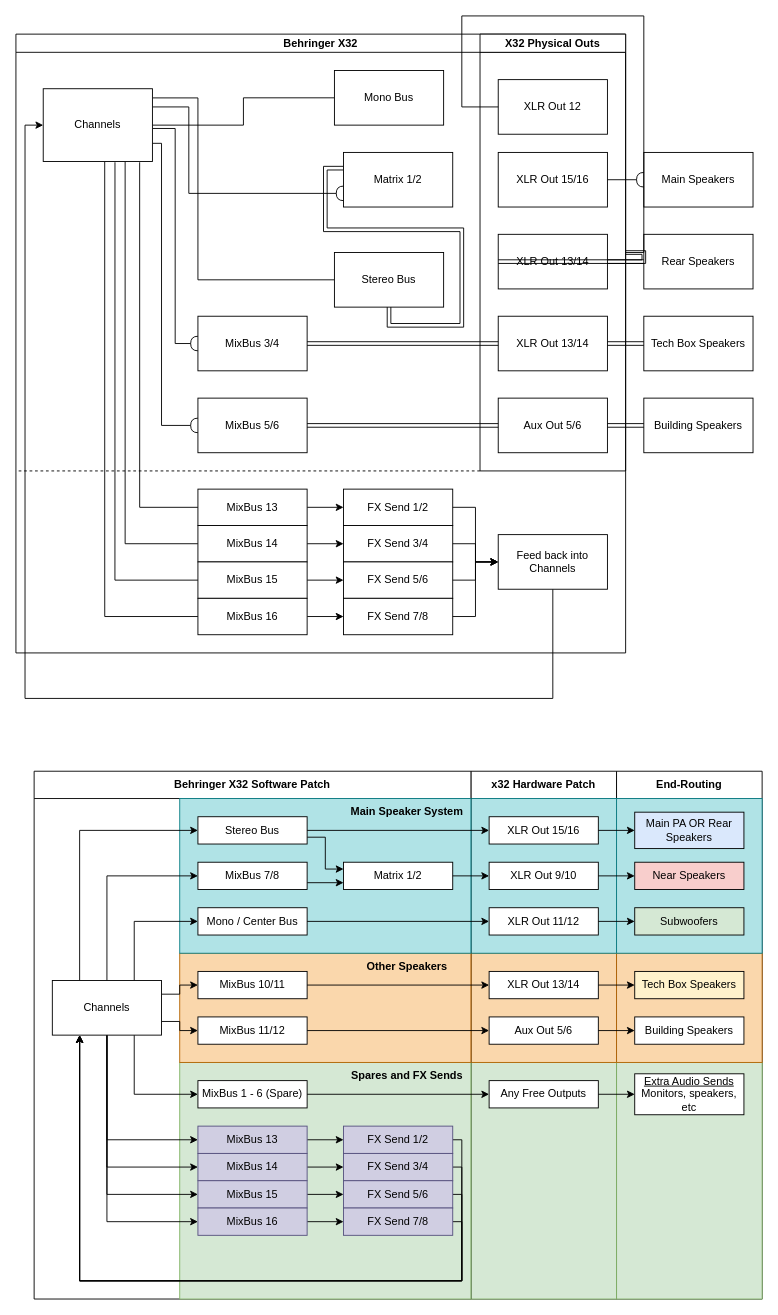
Earlier version of the draw.io diagram page "X32 Setup" (1 of 6) of bedlam.drawio (leon0241/bedlam-audio-route). Source tidied: cells renumbered, new cells numbered last; positions are measured from the earlier drawing's top-left corner, leaving out a move shared by most shapes. Both pictures are drawn from the tidied source at 91%, with x=0, y=0 at pixel (15, 34).
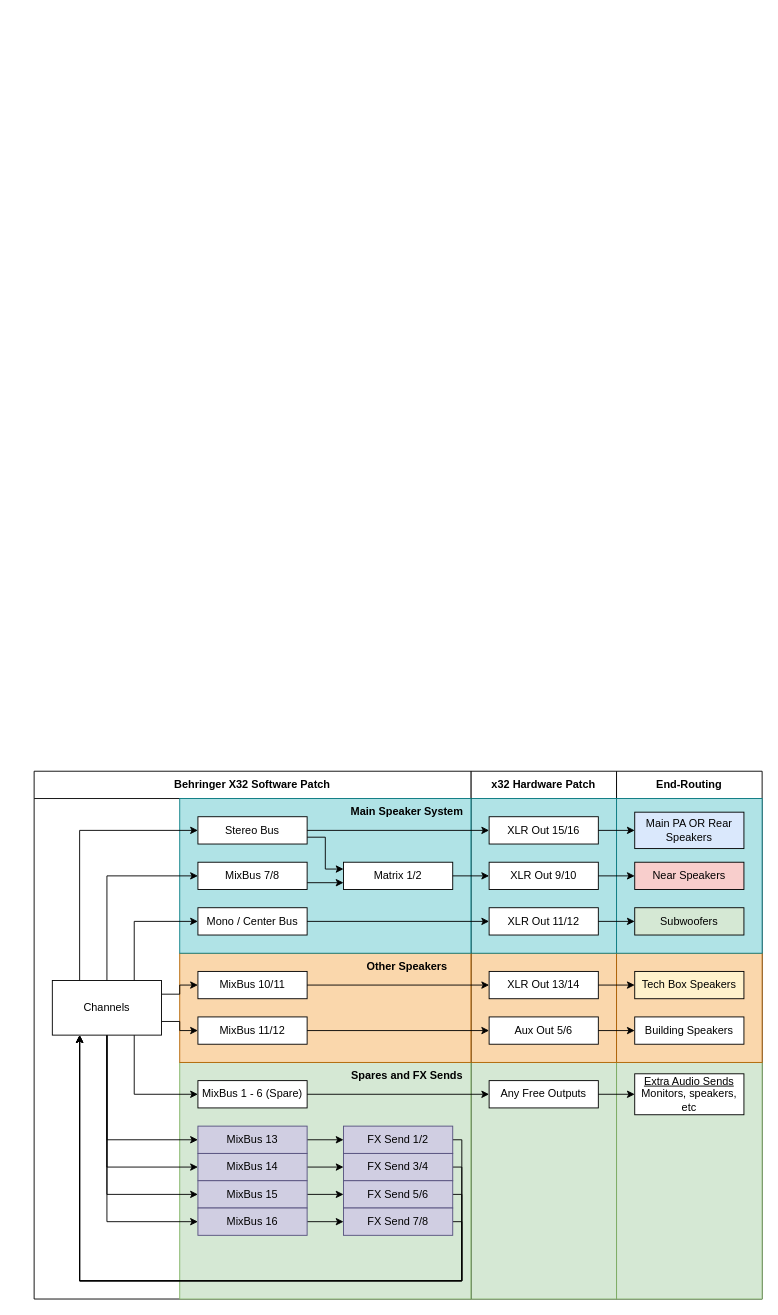
After the change.

The edit, as a diff of the source:
```diff
@@
-    <mxCell id="22" value="Behringer X32" style="swimlane;startSize=20;horizontal=1;containerType=tree;newEdgeStyle={&quot;edgeStyle&quot;:&quot;elbowEdgeStyle&quot;,&quot;startArrow&quot;:&quot;none&quot;,&quot;endArrow&quot;:&quot;none&quot;};" parent="1" vertex="1">
-      <mxGeometry width="670" height="680" as="geometry" />
-    </mxCell>
-    <mxCell id="23" style="edgeStyle=orthogonalEdgeStyle;rounded=0;jettySize=auto;html=1;exitX=1.004;exitY=0.126;exitDx=0;exitDy=0;entryX=0;entryY=0.5;entryDx=0;entryDy=0;exitPerimeter=0;endArrow=none;endFill=0;" parent="22" edge="1" source="32" target="33">
-      <mxGeometry relative="1" as="geometry">
-        <Array as="points">
-          <mxPoint x="200" y="70" />
-        </Array>
-      </mxGeometry>
-    </mxCell>
-    <mxCell id="24" style="edgeStyle=orthogonalEdgeStyle;rounded=0;jettySize=auto;html=1;entryX=0;entryY=0.5;entryDx=0;entryDy=0;endArrow=none;endFill=0;" parent="22" edge="1" source="32" target="35">
-      <mxGeometry relative="1" as="geometry" />
-    </mxCell>
-    <mxCell id="25" style="edgeStyle=orthogonalEdgeStyle;rounded=0;jettySize=auto;html=1;exitX=1.003;exitY=0.546;exitDx=0;exitDy=0;entryX=0;entryY=0.5;entryDx=0;entryDy=0;endArrow=halfCircle;endFill=0;exitPerimeter=0;" parent="22" edge="1" source="32" target="36">
-      <mxGeometry relative="1" as="geometry" />
-    </mxCell>
-    <mxCell id="26" style="edgeStyle=orthogonalEdgeStyle;rounded=0;jettySize=auto;html=1;exitX=1;exitY=0.75;exitDx=0;exitDy=0;entryX=0;entryY=0.5;entryDx=0;entryDy=0;endArrow=halfCircle;endFill=0;" parent="22" edge="1" source="32" target="37">
-      <mxGeometry relative="1" as="geometry">
-        <Array as="points">
-          <mxPoint x="160" y="120" />
-          <mxPoint x="160" y="430" />
-        </Array>
-      </mxGeometry>
-    </mxCell>
-    <mxCell id="27" style="edgeStyle=orthogonalEdgeStyle;rounded=0;jettySize=auto;html=1;exitX=1;exitY=0.25;exitDx=0;exitDy=0;entryX=0;entryY=0.75;entryDx=0;entryDy=0;endArrow=halfCircle;endFill=0;" parent="22" edge="1" source="32" target="38">
-      <mxGeometry relative="1" as="geometry">
-        <Array as="points">
-          <mxPoint x="190" y="80" />
-          <mxPoint x="190" y="175" />
-        </Array>
-      </mxGeometry>
-    </mxCell>
-    <mxCell id="28" style="edgeStyle=orthogonalEdgeStyle;rounded=0;jettySize=auto;html=1;exitX=0.883;exitY=1.01;exitDx=0;exitDy=0;entryX=0;entryY=0.5;entryDx=0;entryDy=0;endArrow=none;endFill=0;exitPerimeter=0;" parent="22" edge="1" source="32" target="40">
-      <mxGeometry relative="1" as="geometry" />
-    </mxCell>
-    <mxCell id="29" style="edgeStyle=orthogonalEdgeStyle;rounded=0;jettySize=auto;html=1;exitX=0.75;exitY=1;exitDx=0;exitDy=0;entryX=0;entryY=0.5;entryDx=0;entryDy=0;endArrow=none;endFill=0;" parent="22" edge="1" source="32" target="42">
-      <mxGeometry relative="1" as="geometry" />
-    </mxCell>
-    <mxCell id="30" style="edgeStyle=orthogonalEdgeStyle;rounded=0;jettySize=auto;html=1;exitX=0.563;exitY=1;exitDx=0;exitDy=0;entryX=0;entryY=0.5;entryDx=0;entryDy=0;exitPerimeter=0;endArrow=none;endFill=0;" parent="22" edge="1" source="32" target="46">
-      <mxGeometry relative="1" as="geometry" />
-    </mxCell>
-    <mxCell id="31" style="edgeStyle=orthogonalEdgeStyle;rounded=0;jettySize=auto;html=1;exitX=0.657;exitY=1.01;exitDx=0;exitDy=0;entryX=0;entryY=0.5;entryDx=0;entryDy=0;endArrow=none;endFill=0;exitPerimeter=0;" parent="22" edge="1" source="32" target="44">
-      <mxGeometry relative="1" as="geometry" />
-    </mxCell>
-    <mxCell id="32" value="Channels" style="shape=label;whiteSpace=wrap;html=1;fixedSize=1;shadow=0;rounded=0;" parent="22" vertex="1">
-      <mxGeometry x="30" y="60" width="120" height="80" as="geometry" />
-    </mxCell>
-    <mxCell id="33" value="Stereo Bus" style="rounded=0;whiteSpace=wrap;html=1;" parent="22" vertex="1">
-      <mxGeometry x="350" y="240" width="120" height="60" as="geometry" />
-    </mxCell>
-    <mxCell id="34" style="edgeStyle=orthogonalEdgeStyle;rounded=0;jettySize=auto;html=1;entryX=0;entryY=0.288;entryDx=0;entryDy=0;endArrow=halfCircle;endFill=0;entryPerimeter=0;shape=link;exitX=0.5;exitY=1;exitDx=0;exitDy=0;" parent="22" edge="1" source="33" target="38">
-      <mxGeometry relative="1" as="geometry" />
-    </mxCell>
-    <mxCell id="35" value="Mono Bus" style="rounded=0;whiteSpace=wrap;html=1;" parent="22" vertex="1">
-      <mxGeometry x="350" y="40" width="120" height="60" as="geometry" />
-    </mxCell>
-    <mxCell id="36" value="MixBus 3/4" style="rounded=0;whiteSpace=wrap;html=1;" parent="22" vertex="1">
-      <mxGeometry x="200" y="310" width="120" height="60" as="geometry" />
-    </mxCell>
-    <mxCell id="37" value="MixBus 5/6" style="rounded=0;whiteSpace=wrap;html=1;" parent="22" vertex="1">
-      <mxGeometry x="200" y="400" width="120" height="60" as="geometry" />
-    </mxCell>
-    <mxCell id="38" value="&lt;div&gt;Matrix 1/2&lt;/div&gt;" style="rounded=0;whiteSpace=wrap;html=1;" parent="22" vertex="1">
-      <mxGeometry x="360" y="130" width="120" height="60" as="geometry" />
-    </mxCell>
-    <mxCell id="39" style="edgeStyle=orthogonalEdgeStyle;rounded=0;jettySize=auto;html=1;exitX=1;exitY=0.5;exitDx=0;exitDy=0;entryX=0;entryY=0.5;entryDx=0;entryDy=0;" parent="22" edge="1" source="40" target="47">
-      <mxGeometry relative="1" as="geometry" />
-    </mxCell>
-    <mxCell id="40" value="MixBus 13" style="rounded=0;whiteSpace=wrap;html=1;" parent="22" vertex="1">
-      <mxGeometry x="200" y="500" width="120" height="40" as="geometry" />
-    </mxCell>
-    <mxCell id="41" style="edgeStyle=orthogonalEdgeStyle;rounded=0;jettySize=auto;html=1;exitX=1;exitY=0.5;exitDx=0;exitDy=0;entryX=0;entryY=0.5;entryDx=0;entryDy=0;" parent="22" edge="1" source="42" target="48">
-      <mxGeometry relative="1" as="geometry" />
-    </mxCell>
-    <mxCell id="42" value="MixBus 14" style="rounded=0;whiteSpace=wrap;html=1;" parent="22" vertex="1">
-      <mxGeometry x="200" y="540" width="120" height="40" as="geometry" />
-    </mxCell>
-    <mxCell id="43" style="edgeStyle=orthogonalEdgeStyle;rounded=0;jettySize=auto;html=1;exitX=1;exitY=0.5;exitDx=0;exitDy=0;entryX=0;entryY=0.5;entryDx=0;entryDy=0;" parent="22" edge="1" source="44" target="49">
-      <mxGeometry relative="1" as="geometry" />
-    </mxCell>
-    <mxCell id="44" value="&lt;div&gt;MixBus 15&lt;/div&gt;" style="rounded=0;whiteSpace=wrap;html=1;" parent="22" vertex="1">
-      <mxGeometry x="200" y="580" width="120" height="40" as="geometry" />
-    </mxCell>
-    <mxCell id="45" style="edgeStyle=orthogonalEdgeStyle;rounded=0;jettySize=auto;html=1;exitX=1;exitY=0.5;exitDx=0;exitDy=0;entryX=0;entryY=0.5;entryDx=0;entryDy=0;" parent="22" edge="1" source="46" target="50">
-      <mxGeometry relative="1" as="geometry" />
-    </mxCell>
-    <mxCell id="46" value="MixBus 16" style="rounded=0;whiteSpace=wrap;html=1;" parent="22" vertex="1">
-      <mxGeometry x="200" y="620" width="120" height="40" as="geometry" />
-    </mxCell>
-    <mxCell id="47" value="FX Send 1/2" style="rounded=0;whiteSpace=wrap;html=1;" parent="22" vertex="1">
-      <mxGeometry x="360" y="500" width="120" height="40" as="geometry" />
-    </mxCell>
-    <mxCell id="48" value="FX Send 3/4" style="rounded=0;whiteSpace=wrap;html=1;" parent="22" vertex="1">
-      <mxGeometry x="360" y="540" width="120" height="40" as="geometry" />
-    </mxCell>
-    <mxCell id="49" value="FX Send 5/6" style="rounded=0;whiteSpace=wrap;html=1;" parent="22" vertex="1">
-      <mxGeometry x="360" y="580" width="120" height="40" as="geometry" />
-    </mxCell>
-    <mxCell id="50" value="FX Send 7/8" style="rounded=0;whiteSpace=wrap;html=1;" parent="22" vertex="1">
-      <mxGeometry x="360" y="620" width="120" height="40" as="geometry" />
-    </mxCell>
-    <mxCell id="51" value="X32 Physical Outs" style="swimlane;startSize=20;horizontal=1;containerType=tree;newEdgeStyle={&quot;edgeStyle&quot;:&quot;elbowEdgeStyle&quot;,&quot;startArrow&quot;:&quot;none&quot;,&quot;endArrow&quot;:&quot;none&quot;};" parent="22" vertex="1">
-      <mxGeometry x="510" width="160" height="480" as="geometry" />
-    </mxCell>
-    <mxCell id="52" value="XLR Out 13/14" style="rounded=0;whiteSpace=wrap;html=1;" parent="51" vertex="1">
-      <mxGeometry x="20" y="310" width="120" height="60" as="geometry" />
-    </mxCell>
-    <mxCell id="53" value="Aux Out 5/6" style="rounded=0;whiteSpace=wrap;html=1;" parent="51" vertex="1">
-      <mxGeometry x="20" y="400" width="120" height="60" as="geometry" />
-    </mxCell>
-    <mxCell id="54" value="XLR Out 15/16" style="rounded=0;whiteSpace=wrap;html=1;" parent="51" vertex="1">
-      <mxGeometry x="20" y="130" width="120" height="60" as="geometry" />
-    </mxCell>
-    <mxCell id="55" value="Main Speakers" style="rounded=0;whiteSpace=wrap;html=1;" parent="51" vertex="1">
-      <mxGeometry x="180" y="130" width="120" height="60" as="geometry" />
-    </mxCell>
-    <mxCell id="56" style="edgeStyle=orthogonalEdgeStyle;rounded=0;jettySize=auto;html=1;exitX=1;exitY=0.5;exitDx=0;exitDy=0;entryX=0;entryY=0.5;entryDx=0;entryDy=0;endArrow=halfCircle;endFill=0;" parent="51" edge="1" source="54" target="55">
-      <mxGeometry relative="1" as="geometry" />
-    </mxCell>
-    <mxCell id="57" value="XLR Out 13/14" style="rounded=0;whiteSpace=wrap;html=1;" parent="51" vertex="1">
-      <mxGeometry x="20" y="220" width="120" height="60" as="geometry" />
-    </mxCell>
-    <mxCell id="58" value="Rear Speakers" style="rounded=0;whiteSpace=wrap;html=1;" parent="51" vertex="1">
-      <mxGeometry x="180" y="220" width="120" height="60" as="geometry" />
-    </mxCell>
-    <mxCell id="59" style="edgeStyle=orthogonalEdgeStyle;rounded=0;jettySize=auto;html=1;exitX=1;exitY=0.5;exitDx=0;exitDy=0;entryX=0;entryY=0.5;entryDx=0;entryDy=0;shape=link;" parent="51" edge="1" source="57" target="58">
-      <mxGeometry relative="1" as="geometry" />
-    </mxCell>
-    <mxCell id="60" style="edgeStyle=orthogonalEdgeStyle;rounded=0;jettySize=auto;html=1;exitX=1;exitY=0.5;exitDx=0;exitDy=0;entryX=0;entryY=0.5;entryDx=0;entryDy=0;shape=link;" parent="51" edge="1" source="51" target="57">
-      <mxGeometry relative="1" as="geometry" />
-    </mxCell>
-    <mxCell id="61" value="XLR Out 12" style="rounded=0;whiteSpace=wrap;html=1;" parent="51" vertex="1">
-      <mxGeometry x="20" y="50" width="120" height="60" as="geometry" />
-    </mxCell>
-    <mxCell id="62" style="edgeStyle=orthogonalEdgeStyle;rounded=0;jettySize=auto;html=1;exitX=1;exitY=0.5;exitDx=0;exitDy=0;entryX=0;entryY=0.5;entryDx=0;entryDy=0;endArrow=none;endFill=0;" parent="51" edge="1" source="51" target="61">
-      <mxGeometry relative="1" as="geometry" />
-    </mxCell>
-    <mxCell id="63" style="edgeStyle=orthogonalEdgeStyle;rounded=0;jettySize=auto;html=1;exitX=1;exitY=0.5;exitDx=0;exitDy=0;entryX=0;entryY=0.5;entryDx=0;entryDy=0;endArrow=none;endFill=0;shape=link;" parent="22" edge="1" source="36" target="52">
-      <mxGeometry relative="1" as="geometry" />
-    </mxCell>
-    <mxCell id="64" style="edgeStyle=orthogonalEdgeStyle;rounded=0;jettySize=auto;html=1;exitX=1;exitY=0.5;exitDx=0;exitDy=0;entryX=0;entryY=0.5;entryDx=0;entryDy=0;endArrow=none;endFill=0;shape=link;" parent="22" edge="1" source="37" target="53">
-      <mxGeometry relative="1" as="geometry" />
-    </mxCell>
-    <mxCell id="65" style="endArrow=none;dashed=1;html=1;rounded=0;exitX=0;exitY=1;exitDx=0;exitDy=0;" parent="1" edge="1" source="51">
-      <mxGeometry relative="1" as="geometry">
-        <mxPoint y="480" as="targetPoint" />
-      </mxGeometry>
-    </mxCell>
-    <mxCell id="66" value="Tech Box Speakers" style="rounded=0;whiteSpace=wrap;html=1;" parent="1" vertex="1">
-      <mxGeometry x="690" y="310" width="120" height="60" as="geometry" />
-    </mxCell>
-    <mxCell id="67" style="edgeStyle=orthogonalEdgeStyle;rounded=0;jettySize=auto;html=1;exitX=1;exitY=0.5;exitDx=0;exitDy=0;entryX=0;entryY=0.5;entryDx=0;entryDy=0;endArrow=none;endFill=0;shape=link;" parent="1" edge="1" source="52" target="66">
-      <mxGeometry relative="1" as="geometry" />
-    </mxCell>
-    <mxCell id="68" value="Building Speakers" style="rounded=0;whiteSpace=wrap;html=1;" parent="1" vertex="1">
-      <mxGeometry x="690" y="400" width="120" height="60" as="geometry" />
-    </mxCell>
-    <mxCell id="69" style="edgeStyle=orthogonalEdgeStyle;rounded=0;jettySize=auto;html=1;exitX=1;exitY=0.5;exitDx=0;exitDy=0;entryX=0;entryY=0.5;entryDx=0;entryDy=0;endArrow=none;endFill=0;shape=link;" parent="1" edge="1" source="53" target="68">
-      <mxGeometry relative="1" as="geometry" />
-    </mxCell>
-    <mxCell id="70" style="edgeStyle=orthogonalEdgeStyle;rounded=0;jettySize=auto;html=1;exitX=0.5;exitY=1;exitDx=0;exitDy=0;entryX=0;entryY=0.5;entryDx=0;entryDy=0;" parent="1" edge="1" source="71" target="32">
-      <mxGeometry relative="1" as="geometry">
-        <Array as="points">
-          <mxPoint x="590" y="730" />
-          <mxPoint x="10" y="730" />
-          <mxPoint x="10" y="100" />
-        </Array>
-      </mxGeometry>
-    </mxCell>
-    <mxCell id="71" value="Feed back into Channels" style="rounded=0;whiteSpace=wrap;html=1;" parent="1" vertex="1">
-      <mxGeometry x="530" y="550" width="120" height="60" as="geometry" />
-    </mxCell>
-    <mxCell id="72" style="edgeStyle=orthogonalEdgeStyle;rounded=0;jettySize=auto;html=1;exitX=1;exitY=0.5;exitDx=0;exitDy=0;entryX=0;entryY=0.5;entryDx=0;entryDy=0;" parent="1" edge="1" source="47" target="71">
-      <mxGeometry relative="1" as="geometry" />
-    </mxCell>
-    <mxCell id="73" style="edgeStyle=orthogonalEdgeStyle;rounded=0;jettySize=auto;html=1;exitX=1;exitY=0.5;exitDx=0;exitDy=0;entryX=0;entryY=0.5;entryDx=0;entryDy=0;" parent="1" edge="1" source="50" target="71">
-      <mxGeometry relative="1" as="geometry" />
-    </mxCell>
-    <mxCell id="74" style="edgeStyle=orthogonalEdgeStyle;rounded=0;jettySize=auto;html=1;exitX=1;exitY=0.5;exitDx=0;exitDy=0;entryX=0;entryY=0.5;entryDx=0;entryDy=0;" parent="1" edge="1" source="49" target="71">
-      <mxGeometry relative="1" as="geometry" />
-    </mxCell>
-    <mxCell id="75" style="edgeStyle=orthogonalEdgeStyle;rounded=0;jettySize=auto;html=1;exitX=1;exitY=0.5;exitDx=0;exitDy=0;entryX=0;entryY=0.5;entryDx=0;entryDy=0;" parent="1" edge="1" source="48" target="71">
-      <mxGeometry relative="1" as="geometry" />
-    </mxCell>
-    <mxCell id="76" value="Behringer X32 Software Patch" style="swimlane;whiteSpace=wrap;html=1;startSize=30;" parent="1" vertex="1">
+    <mxCell id="76" value="Behringer X32 Software Patch" style="swimlane;whiteSpace=wrap;html=1;startSize=30;swimlaneFillColor=#FFFFFF;" parent="1" vertex="1">
       <mxGeometry x="20" y="810" width="480" height="580" as="geometry" />
     </mxCell>
```
